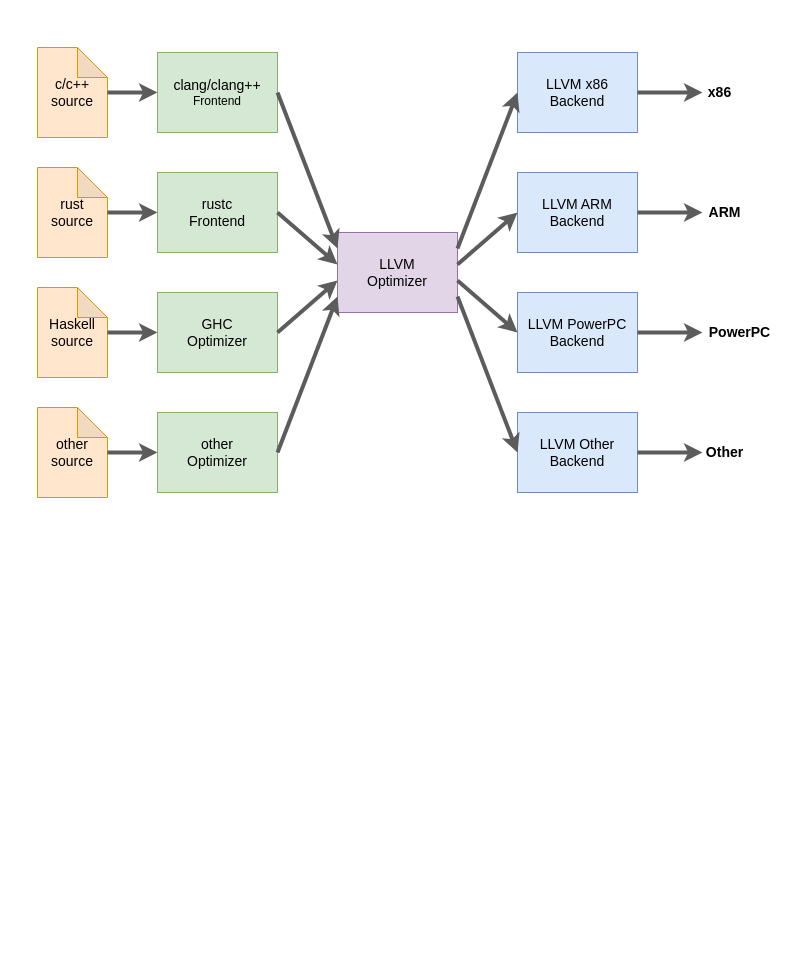
Above: page "Page-5" (5 of 5) of ArgusCI.drawio in MengJie/design (draw.io), before the change. Source tidied: cells renumbered, new cells numbered last; positions are measured from the earlier drawing's top-left corner, leaving out a move shared by most shapes. Both pictures are drawn from the tidied source at 100%, with x=0, y=0 at pixel (37, 47).
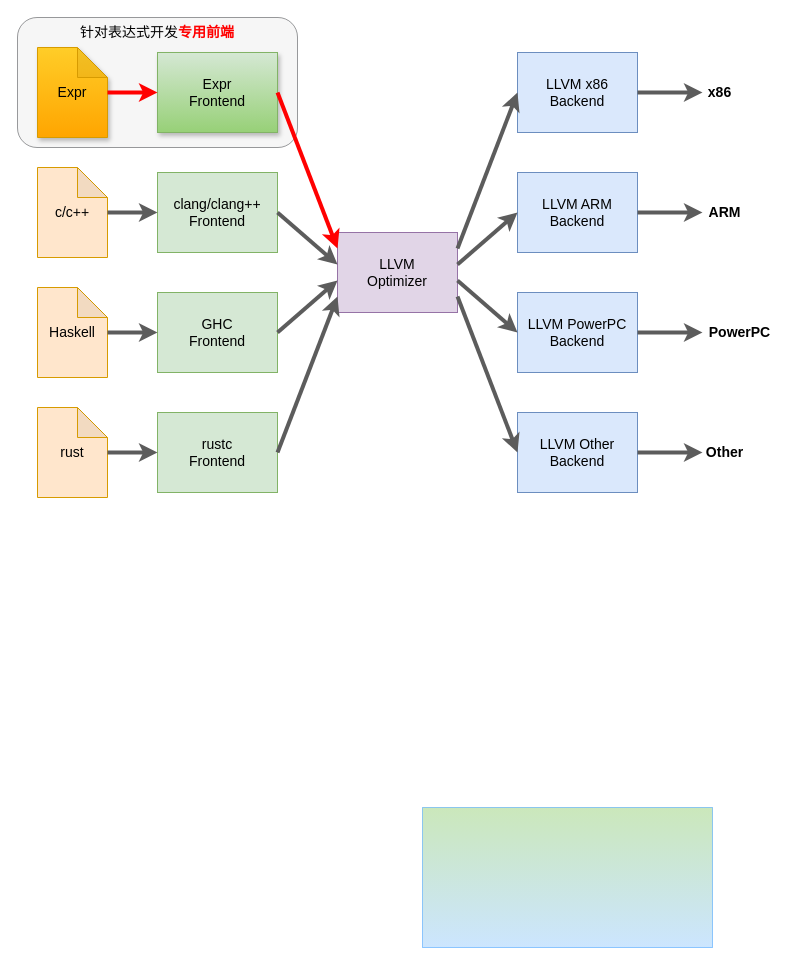
The same page after the edit.

Unchanged cells that the change refers to:
```xml
<mxCell id="2" value="&lt;font style=&quot;font-size: 14px;&quot;&gt;LLVM&lt;br&gt;Optimizer&lt;/font&gt;" style="rounded=0;whiteSpace=wrap;html=1;sketch=0;gradientDirection=south;fillColor=#e1d5e7;strokeColor=#9673a6;points=[[0,0.2,0,0,0],[0,0.4,0,0,0],[0,0.6,0,0,0],[0,0.8,0,0,0],[1,0.2,0,0,0],[1,0.4,0,0,0],[1,0.6,0,0,0],[1,0.8,0,0,0]];" parent="1" vertex="1">
  <mxGeometry x="300" y="185" width="120" height="80" as="geometry" />
</mxCell>
```

What changed in the source:
```diff
@@
+    <mxCell id="35" value="针对表达式开发&lt;b&gt;&lt;font color=&quot;#ff0000&quot;&gt;专用前端&lt;/font&gt;&lt;/b&gt;" style="rounded=1;whiteSpace=wrap;html=1;shadow=0;glass=0;sketch=0;fontSize=14;gradientDirection=south;opacity=50;fillColor=#eeeeee;strokeColor=#36393d;verticalAlign=top;" parent="1" vertex="1">
+      <mxGeometry x="-20" y="-30" width="280" height="130" as="geometry" />
+    </mxCell>
@@
-    <mxCell id="3" value="&lt;span style=&quot;font-size: 14px;&quot;&gt;clang/clang++&lt;br&gt;&lt;/span&gt;Frontend" style="rounded=0;whiteSpace=wrap;html=1;sketch=0;gradientDirection=south;fillColor=#d5e8d4;strokeColor=#82b366;" parent="1" vertex="1">
+    <mxCell id="3" value="&lt;span style=&quot;font-size: 14px;&quot;&gt;Expr&lt;br&gt;Frontend&lt;br&gt;&lt;/span&gt;" style="rounded=0;whiteSpace=wrap;html=1;sketch=0;gradientDirection=south;fillColor=#d5e8d4;strokeColor=#82b366;gradientColor=#97d077;shadow=1;" parent="1" vertex="1">
       <mxGeometry x="120" y="5" width="120" height="80" as="geometry" />
     </mxCell>
-    <mxCell id="4" value="&lt;span style=&quot;font-size: 14px;&quot;&gt;rustc&lt;br&gt;Frontend&lt;br&gt;&lt;/span&gt;" style="rounded=0;whiteSpace=wrap;html=1;sketch=0;gradientDirection=south;fillColor=#d5e8d4;strokeColor=#82b366;" parent="1" vertex="1">
+    <mxCell id="4" value="&lt;span style=&quot;font-size: 14px;&quot;&gt;clang/clang++&lt;br&gt;Frontend&lt;br&gt;&lt;/span&gt;" style="rounded=0;whiteSpace=wrap;html=1;sketch=0;gradientDirection=south;fillColor=#d5e8d4;strokeColor=#82b366;" parent="1" vertex="1">
       <mxGeometry x="120" y="125" width="120" height="80" as="geometry" />
     </mxCell>
-    <mxCell id="5" value="&lt;font style=&quot;font-size: 14px;&quot;&gt;GHC&lt;br&gt;Optimizer&lt;/font&gt;" style="rounded=0;whiteSpace=wrap;html=1;sketch=0;gradientDirection=south;fillColor=#d5e8d4;strokeColor=#82b366;" parent="1" vertex="1">
+    <mxCell id="5" value="&lt;font style=&quot;font-size: 14px;&quot;&gt;GHC&lt;br&gt;Frontend&lt;br&gt;&lt;/font&gt;" style="rounded=0;whiteSpace=wrap;html=1;sketch=0;gradientDirection=south;fillColor=#d5e8d4;strokeColor=#82b366;" parent="1" vertex="1">
       <mxGeometry x="120" y="245" width="120" height="80" as="geometry" />
     </mxCell>
-    <mxCell id="6" value="&lt;font style=&quot;font-size: 14px;&quot;&gt;other&lt;br&gt;Optimizer&lt;/font&gt;" style="rounded=0;whiteSpace=wrap;html=1;sketch=0;gradientDirection=south;fillColor=#d5e8d4;strokeColor=#82b366;" parent="1" vertex="1">
+    <mxCell id="6" value="&lt;font style=&quot;font-size: 14px;&quot;&gt;rustc&lt;br&gt;Frontend&lt;/font&gt;" style="rounded=0;whiteSpace=wrap;html=1;sketch=0;gradientDirection=south;fillColor=#d5e8d4;strokeColor=#82b366;" parent="1" vertex="1">
       <mxGeometry x="120" y="365" width="120" height="80" as="geometry" />
     </mxCell>
-    <mxCell id="7" value="c/c++&lt;br&gt;source" style="shape=note;whiteSpace=wrap;html=1;backgroundOutline=1;darkOpacity=0.05;sketch=0;fontSize=14;gradientDirection=south;points=[[1,0.5,0,0,0]];fillColor=#ffe6cc;strokeColor=#d79b00;" parent="1" vertex="1">
+    <mxCell id="7" value="Expr" style="shape=note;whiteSpace=wrap;html=1;backgroundOutline=1;darkOpacity=0.05;sketch=0;fontSize=14;gradientDirection=south;points=[[1,0.5,0,0,0]];fillColor=#ffcd28;strokeColor=#d79b00;gradientColor=#ffa500;shadow=1;" parent="1" vertex="1">
       <mxGeometry width="70" height="90" as="geometry" />
     </mxCell>
-    <mxCell id="8" value="rust&lt;br&gt;source" style="shape=note;whiteSpace=wrap;html=1;backgroundOutline=1;darkOpacity=0.05;sketch=0;fontSize=14;gradientDirection=south;points=[[1,0.5,0,0,0]];fillColor=#ffe6cc;strokeColor=#d79b00;" parent="1" vertex="1">
+    <mxCell id="8" value="c/c++" style="shape=note;whiteSpace=wrap;html=1;backgroundOutline=1;darkOpacity=0.05;sketch=0;fontSize=14;gradientDirection=south;points=[[1,0.5,0,0,0]];fillColor=#ffe6cc;strokeColor=#d79b00;" parent="1" vertex="1">
       <mxGeometry y="120" width="70" height="90" as="geometry" />
     </mxCell>
-    <mxCell id="9" value="Haskell&lt;br&gt;source" style="shape=note;whiteSpace=wrap;html=1;backgroundOutline=1;darkOpacity=0.05;sketch=0;fontSize=14;gradientDirection=south;points=[[1,0.5,0,0,0]];fillColor=#ffe6cc;strokeColor=#d79b00;" parent="1" vertex="1">
+    <mxCell id="9" value="Haskell" style="shape=note;whiteSpace=wrap;html=1;backgroundOutline=1;darkOpacity=0.05;sketch=0;fontSize=14;gradientDirection=south;points=[[1,0.5,0,0,0]];fillColor=#ffe6cc;strokeColor=#d79b00;" parent="1" vertex="1">
       <mxGeometry y="240" width="70" height="90" as="geometry" />
     </mxCell>
-    <mxCell id="10" value="other&lt;br&gt;source" style="shape=note;whiteSpace=wrap;html=1;backgroundOutline=1;darkOpacity=0.05;sketch=0;fontSize=14;gradientDirection=south;points=[[1,0.5,0,0,0]];fillColor=#ffe6cc;strokeColor=#d79b00;" parent="1" vertex="1">
+    <mxCell id="10" value="rust" style="shape=note;whiteSpace=wrap;html=1;backgroundOutline=1;darkOpacity=0.05;sketch=0;fontSize=14;gradientDirection=south;points=[[1,0.5,0,0,0]];fillColor=#ffe6cc;strokeColor=#d79b00;" parent="1" vertex="1">
       <mxGeometry y="360" width="70" height="90" as="geometry" />
     </mxCell>
@@
-    <mxCell id="15" style="endArrow=classic;html=1;rounded=0;fontSize=14;strokeWidth=4;entryX=0;entryY=0.5;entryDx=0;entryDy=0;exitX=1;exitY=0.5;exitDx=0;exitDy=0;exitPerimeter=0;strokeColor=#5C5C5C;" parent="1" edge="1" source="7" target="3">
+    <mxCell id="15" style="endArrow=classic;html=1;rounded=0;fontSize=14;strokeWidth=4;entryX=0;entryY=0.5;entryDx=0;entryDy=0;exitX=1;exitY=0.5;exitDx=0;exitDy=0;exitPerimeter=0;strokeColor=#FF0000;" parent="1" edge="1" source="7" target="3">
       <mxGeometry relative="1" as="geometry" />
     </mxCell>
@@
-    <mxCell id="19" style="endArrow=classic;html=1;rounded=0;fontSize=14;strokeWidth=4;exitX=1;exitY=0.5;exitDx=0;exitDy=0;entryX=0;entryY=0.2;entryDx=0;entryDy=0;entryPerimeter=0;strokeColor=#5C5C5C;" parent="1" edge="1" source="3" target="2">
+    <mxCell id="19" style="endArrow=classic;html=1;rounded=0;fontSize=14;strokeWidth=4;exitX=1;exitY=0.5;exitDx=0;exitDy=0;entryX=0;entryY=0.2;entryDx=0;entryDy=0;entryPerimeter=0;strokeColor=#FF0000;" parent="1" edge="1" source="3" target="2">
       <mxGeometry relative="1" as="geometry" />
     </mxCell>
@@
+    <mxCell id="36" style="rounded=0;whiteSpace=wrap;html=1;shadow=0;glass=0;sketch=0;fontSize=14;strokeColor=#3399FF;fillColor=#97D077;gradientColor=#99CCFF;gradientDirection=south;opacity=50;" parent="1" vertex="1">
+      <mxGeometry x="385" y="760" width="290" height="140" as="geometry" />
+    </mxCell>
```
